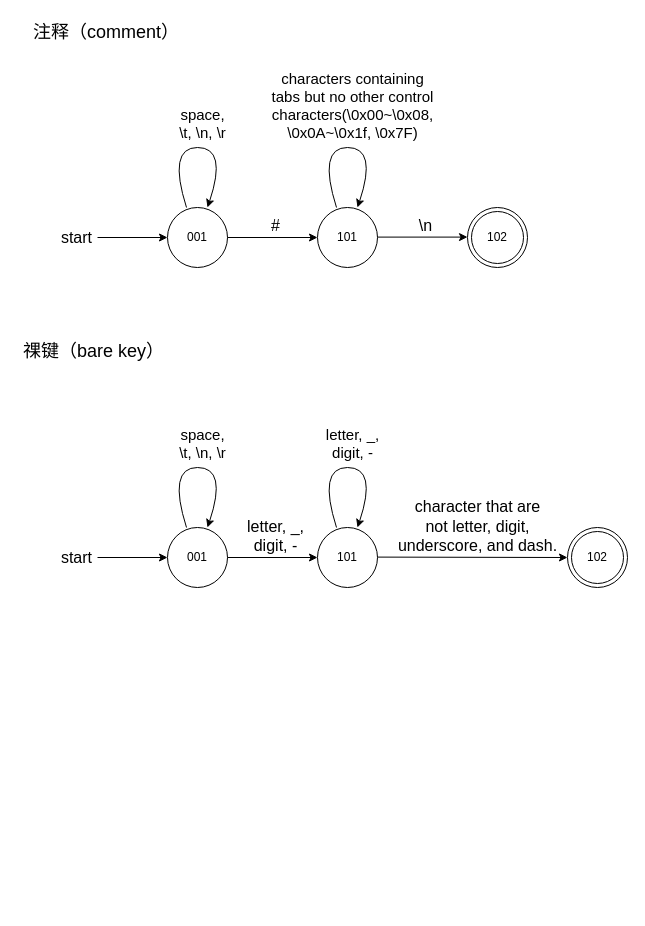
Earlier version of the draw.io diagram design_data/状态转换图.drawio (WillardLu/petunia). Source tidied: cells renumbered, new cells numbered last; positions are measured from the earlier drawing's top-left corner, leaving out a move shared by most shapes. Both pictures are drawn from the tidied source at 100%, with x=0, y=0 at pixel (17, 17).
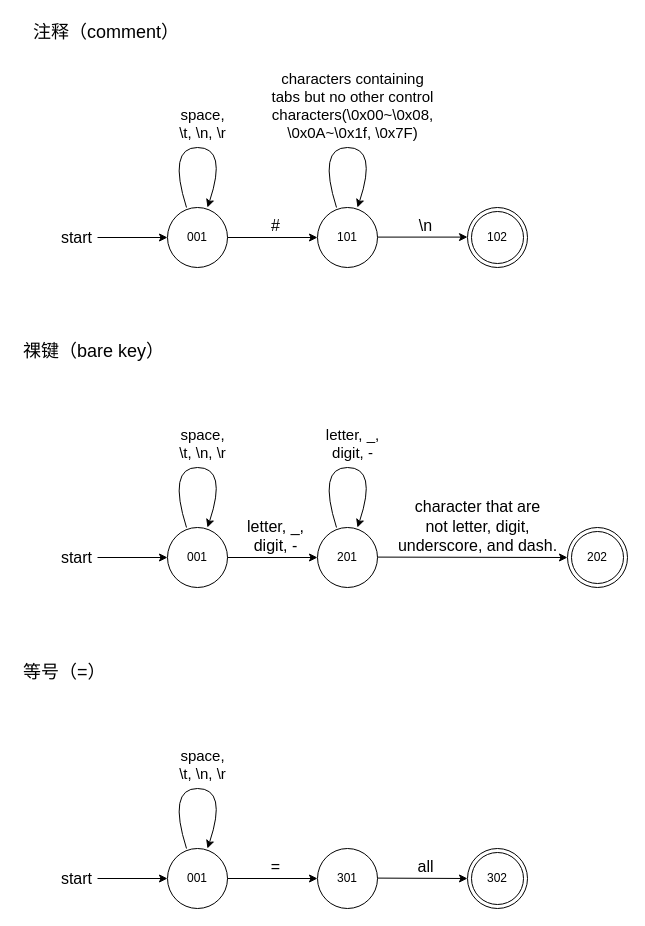
After the change.

Change to the diagram source:
```diff
@@
-    <mxCell id="22" value="101" style="shape=ellipse;html=1;dashed=0;whiteSpace=wrap;perimeter=ellipsePerimeter;" parent="1" vertex="1">
+    <mxCell id="22" value="201" style="shape=ellipse;html=1;dashed=0;whiteSpace=wrap;perimeter=ellipsePerimeter;" parent="1" vertex="1">
       <mxGeometry x="300" y="510" width="60" height="60" as="geometry" />
     </mxCell>
@@
-    <mxCell id="29" value="102" style="ellipse;shape=doubleEllipse;html=1;dashed=0;whiteSpace=wrap;" parent="1" vertex="1">
+    <mxCell id="29" value="202" style="ellipse;shape=doubleEllipse;html=1;dashed=0;whiteSpace=wrap;" parent="1" vertex="1">
       <mxGeometry x="550" y="510" width="60" height="60" as="geometry" />
     </mxCell>
+    <mxCell id="30" value="等号（=）" style="text;strokeColor=none;fillColor=none;align=left;verticalAlign=middle;spacingLeft=4;spacingRight=4;overflow=hidden;whiteSpace=wrap;html=1;fontSize=18;fontFamily=Helvetica;" parent="1" vertex="1">
+      <mxGeometry y="640" width="180" height="30" as="geometry" />
+    </mxCell>
+    <mxCell id="31" value="001" style="shape=ellipse;html=1;dashed=0;whiteSpace=wrap;perimeter=ellipsePerimeter;" parent="1" vertex="1">
+      <mxGeometry x="150" y="831" width="60" height="60" as="geometry" />
+    </mxCell>
+    <mxCell id="32" style="endArrow=classic;html=1;rounded=0;entryX=0;entryY=0.5;entryDx=0;entryDy=0;" parent="1" edge="1" target="31">
+      <mxGeometry relative="1" as="geometry">
+        <mxPoint x="80" y="861" as="sourcePoint" />
+      </mxGeometry>
+    </mxCell>
+    <mxCell id="33" value="start" style="edgeLabel;html=1;align=right;verticalAlign=middle;fontSize=16;spacingLeft=0;spacingRight=27;" parent="32" vertex="1">
+      <mxGeometry x="-0.37" y="1" relative="1" as="geometry" />
+    </mxCell>
+    <mxCell id="34" style="curved=1;endArrow=classic;html=1;rounded=0;exitX=0.317;exitY=-0.05;exitDx=0;exitDy=0;exitPerimeter=0;" parent="1" edge="1">
+      <mxGeometry relative="1" as="geometry">
+        <mxPoint x="169" y="831" as="sourcePoint" />
+        <mxPoint x="190" y="831" as="targetPoint" />
+        <Array as="points">
+          <mxPoint x="150" y="771" />
+          <mxPoint x="210" y="771" />
+        </Array>
+      </mxGeometry>
+    </mxCell>
+    <mxCell id="35" value="space, &lt;br style=&quot;font-size: 15px;&quot;&gt;\t, \n, \r" style="edgeLabel;html=1;align=center;verticalAlign=bottom;fontSize=15;spacingBottom=6;" parent="34" vertex="1">
+      <mxGeometry x="0.04" y="-2" relative="1" as="geometry" />
+    </mxCell>
+    <mxCell id="36" value="301" style="shape=ellipse;html=1;dashed=0;whiteSpace=wrap;perimeter=ellipsePerimeter;" parent="1" vertex="1">
+      <mxGeometry x="300" y="831" width="60" height="60" as="geometry" />
+    </mxCell>
+    <mxCell id="37" style="endArrow=classic;html=1;rounded=0;exitX=1;exitY=0.5;exitDx=0;exitDy=0;" parent="1" edge="1" source="31">
+      <mxGeometry relative="1" as="geometry">
+        <mxPoint x="300" y="861" as="targetPoint" />
+      </mxGeometry>
+    </mxCell>
+    <mxCell id="38" value="=" style="edgeLabel;html=1;align=center;verticalAlign=bottom;fontSize=16;" parent="37" vertex="1">
+      <mxGeometry x="0.04" y="1" relative="1" as="geometry" />
+    </mxCell>
+    <mxCell id="39" style="endArrow=classic;html=1;rounded=0;exitX=1;exitY=0.5;exitDx=0;exitDy=0;entryX=0;entryY=0.5;entryDx=0;entryDy=0;" parent="1" edge="1" target="41">
+      <mxGeometry relative="1" as="geometry">
+        <mxPoint x="360" y="860.6" as="sourcePoint" />
+      </mxGeometry>
+    </mxCell>
+    <mxCell id="40" value="all" style="edgeLabel;html=1;align=center;verticalAlign=bottom;fontSize=16;" parent="39" vertex="1">
+      <mxGeometry x="0.04" y="1" relative="1" as="geometry" />
+    </mxCell>
+    <mxCell id="41" value="302" style="ellipse;shape=doubleEllipse;html=1;dashed=0;whiteSpace=wrap;" parent="1" vertex="1">
+      <mxGeometry x="450" y="831" width="60" height="60" as="geometry" />
+    </mxCell>
```
